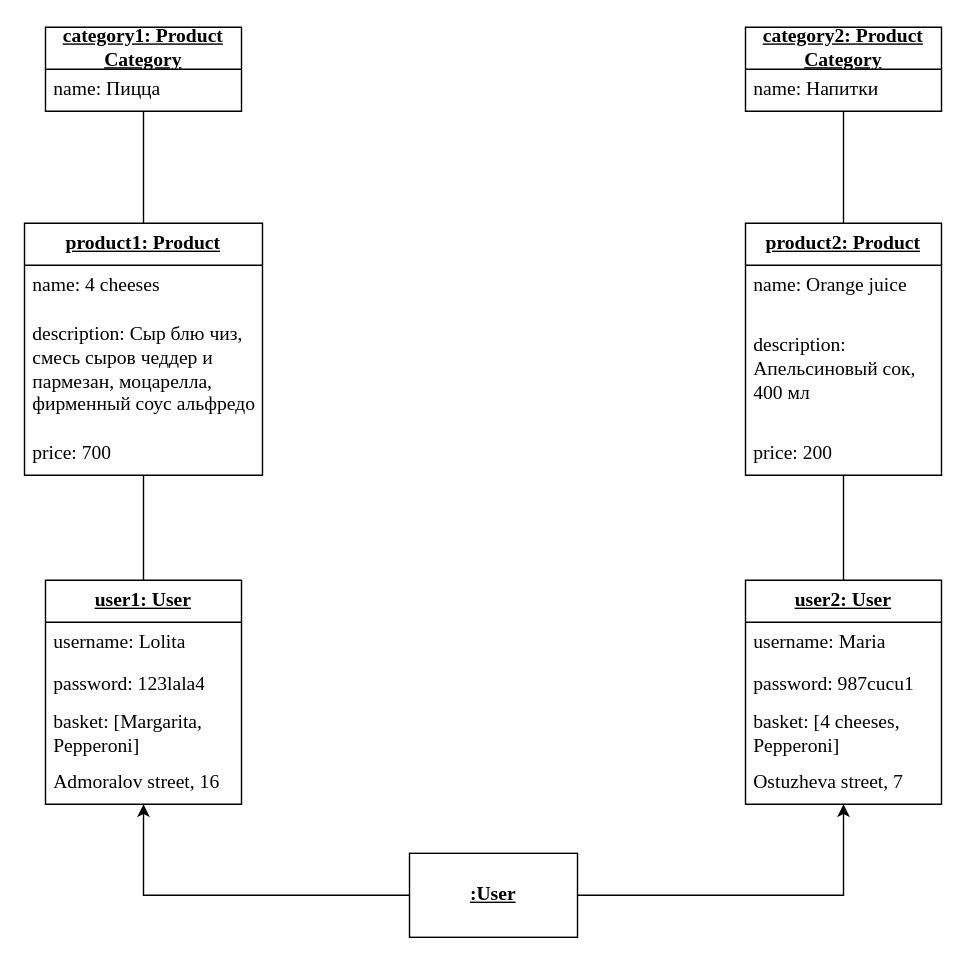
The draw.io diagram Документация/Cозданные диаграммы/objectDiagram.drawio in TP-4-4/PurrfectBites, before the edit. Source tidied: cells renumbered, new cells numbered last; positions are measured from the earlier drawing's top-left corner, leaving out a move shared by most shapes. Both pictures are drawn from the tidied source at 140%, with x=0, y=0 at pixel (24, 27).
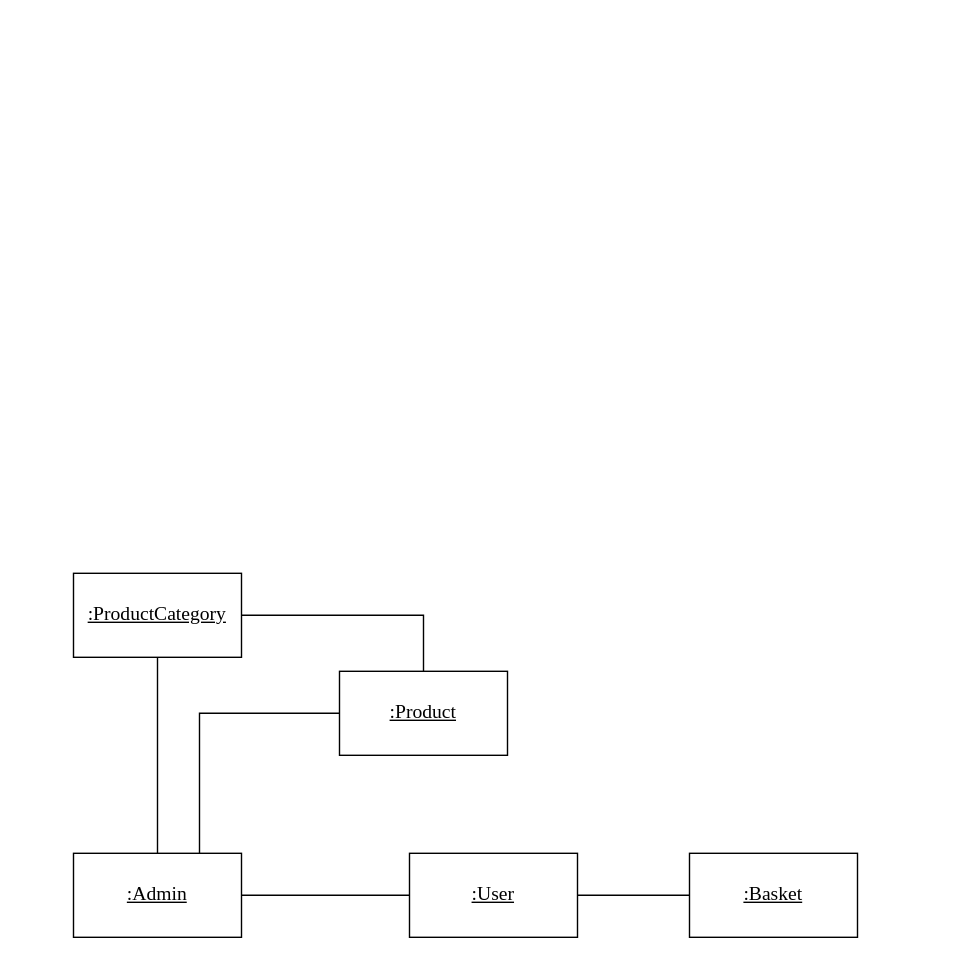
After the change.

The edit, as a diff of the source:
```diff
@@
-    <mxCell id="2" style="edgeStyle=orthogonalEdgeStyle;rounded=0;jettySize=auto;html=1;" parent="1" edge="1" source="4" target="16">
-      <mxGeometry relative="1" as="geometry" />
-    </mxCell>
-    <mxCell id="3" style="edgeStyle=orthogonalEdgeStyle;rounded=0;jettySize=auto;html=1;" parent="1" edge="1" source="4" target="6">
-      <mxGeometry relative="1" as="geometry" />
-    </mxCell>
+    <mxCell id="31" style="edgeStyle=orthogonalEdgeStyle;rounded=0;jettySize=auto;html=1;entryX=0.5;entryY=0;entryDx=0;entryDy=0;endArrow=none;endFill=0;" parent="1" edge="1" source="33" target="37">
+      <mxGeometry relative="1" as="geometry" />
+    </mxCell>
+    <mxCell id="32" style="edgeStyle=orthogonalEdgeStyle;rounded=0;jettySize=auto;html=1;entryX=0.5;entryY=0;entryDx=0;entryDy=0;endArrow=none;endFill=0;" parent="1" edge="1" source="33" target="35">
+      <mxGeometry relative="1" as="geometry" />
+    </mxCell>
+    <mxCell id="33" value="&lt;span style=&quot;font-size: 14px;&quot;&gt;:ProductCategory&lt;/span&gt;" style="rounded=0;whiteSpace=wrap;html=1;fontStyle=4;fontSize=14;fontFamily=Times New Roman;" parent="1" vertex="1">
+      <mxGeometry x="35" y="390" width="120" height="60" as="geometry" />
+    </mxCell>
+    <mxCell id="34" style="edgeStyle=orthogonalEdgeStyle;rounded=0;jettySize=auto;html=1;entryX=0;entryY=0.5;entryDx=0;entryDy=0;endArrow=none;endFill=0;" parent="1" edge="1" source="35" target="4">
+      <mxGeometry relative="1" as="geometry" />
+    </mxCell>
+    <mxCell id="35" value=":Admin" style="rounded=0;whiteSpace=wrap;html=1;fontStyle=4;fontSize=14;fontFamily=Times New Roman;" parent="1" vertex="1">
+      <mxGeometry x="35" y="590" width="120" height="60" as="geometry" />
+    </mxCell>
+    <mxCell id="36" style="edgeStyle=orthogonalEdgeStyle;rounded=0;jettySize=auto;html=1;entryX=0.75;entryY=0;entryDx=0;entryDy=0;endArrow=none;endFill=0;" parent="1" edge="1" source="37" target="35">
+      <mxGeometry relative="1" as="geometry" />
+    </mxCell>
+    <mxCell id="37" value="&lt;span style=&quot;font-size: 14px;&quot;&gt;:Product&lt;/span&gt;" style="rounded=0;whiteSpace=wrap;html=1;fontStyle=4;fontSize=14;fontFamily=Times New Roman;" parent="1" vertex="1">
+      <mxGeometry x="225" y="460" width="120" height="60" as="geometry" />
+    </mxCell>
+    <mxCell id="38" style="edgeStyle=orthogonalEdgeStyle;rounded=0;jettySize=auto;html=1;entryX=0;entryY=0.5;entryDx=0;entryDy=0;endArrow=none;endFill=0;" parent="1" edge="1" source="4" target="39">
+      <mxGeometry relative="1" as="geometry" />
+    </mxCell>
-    <mxCell id="4" value="&lt;u style=&quot;font-size: 14px;&quot;&gt;&lt;b&gt;:User&lt;/b&gt;&lt;/u&gt;" style="rounded=0;whiteSpace=wrap;html=1;fontFamily=Times New Roman;fontSize=14;" parent="1" vertex="1">
+    <mxCell id="4" value=":User" style="rounded=0;whiteSpace=wrap;html=1;fontStyle=4;fontSize=14;fontFamily=Times New Roman;" parent="1" vertex="1">
       <mxGeometry x="275" y="590" width="120" height="60" as="geometry" />
     </mxCell>
-    <mxCell id="5" style="edgeStyle=orthogonalEdgeStyle;rounded=0;jettySize=auto;html=1;endArrow=none;endFill=0;" parent="1" edge="1" source="6" target="22">
-      <mxGeometry relative="1" as="geometry" />
-    </mxCell>
-    <mxCell id="6" value="&lt;b&gt;&lt;u&gt;user1: User&lt;/u&gt;&lt;/b&gt;" style="swimlane;fontStyle=0;horizontal=1;startSize=30;whiteSpace=wrap;html=1;fontFamily=Times New Roman;fontSize=14;" parent="1" vertex="1">
-      <mxGeometry x="15" y="395" width="140" height="160" as="geometry" />
-    </mxCell>
-    <mxCell id="7" value="username: Lolita" style="text;strokeColor=none;fillColor=none;align=left;verticalAlign=middle;spacingLeft=4;spacingRight=4;overflow=hidden;whiteSpace=wrap;html=1;fontFamily=Times New Roman;fontSize=14;" parent="6" vertex="1">
-      <mxGeometry y="30" width="140" height="30" as="geometry" />
-    </mxCell>
-    <mxCell id="8" value="password: 123lala4" style="text;strokeColor=none;fillColor=none;align=left;verticalAlign=middle;spacingLeft=4;spacingRight=4;overflow=hidden;whiteSpace=wrap;html=1;fontFamily=Times New Roman;fontSize=14;" parent="6" vertex="1">
-      <mxGeometry y="60" width="140" height="30" as="geometry" />
-    </mxCell>
-    <mxCell id="9" value="basket: [Margarita, Pepperoni]" style="text;strokeColor=none;fillColor=none;align=left;verticalAlign=middle;spacingLeft=4;spacingRight=4;overflow=hidden;whiteSpace=wrap;html=1;fontFamily=Times New Roman;fontSize=14;" parent="6" vertex="1">
-      <mxGeometry y="90" width="140" height="40" as="geometry" />
-    </mxCell>
-    <mxCell id="10" value="Admoralov street, 16" style="text;strokeColor=none;fillColor=none;align=left;verticalAlign=middle;spacingLeft=4;spacingRight=4;overflow=hidden;whiteSpace=wrap;html=1;fontFamily=Times New Roman;fontSize=14;" parent="6" vertex="1">
-      <mxGeometry y="130" width="140" height="30" as="geometry" />
-    </mxCell>
-    <mxCell id="11" value="&lt;u&gt;&lt;b&gt;category1: Product Category&lt;/b&gt;&lt;/u&gt;" style="swimlane;fontStyle=0;horizontal=1;startSize=30;whiteSpace=wrap;html=1;strokeWidth=1;fontFamily=Times New Roman;fontSize=14;" parent="1" vertex="1">
-      <mxGeometry x="15" width="140" height="60" as="geometry" />
-    </mxCell>
-    <mxCell id="12" value="name: Пицца" style="text;strokeColor=none;fillColor=none;align=left;verticalAlign=middle;spacingLeft=4;spacingRight=4;overflow=hidden;whiteSpace=wrap;html=1;strokeWidth=1;fontFamily=Times New Roman;fontSize=14;" parent="11" vertex="1">
-      <mxGeometry y="30" width="140" height="30" as="geometry" />
-    </mxCell>
-    <mxCell id="13" value="&lt;u&gt;&lt;b&gt;category2: Product Category&lt;/b&gt;&lt;/u&gt;" style="swimlane;fontStyle=0;horizontal=1;startSize=30;whiteSpace=wrap;html=1;strokeWidth=1;fontFamily=Times New Roman;fontSize=14;" parent="1" vertex="1">
-      <mxGeometry x="515" width="140" height="60" as="geometry" />
-    </mxCell>
-    <mxCell id="14" value="name: Напитки" style="text;strokeColor=none;fillColor=none;align=left;verticalAlign=middle;spacingLeft=4;spacingRight=4;overflow=hidden;whiteSpace=wrap;html=1;strokeWidth=1;fontFamily=Times New Roman;fontSize=14;" parent="13" vertex="1">
-      <mxGeometry y="30" width="140" height="30" as="geometry" />
-    </mxCell>
-    <mxCell id="15" style="edgeStyle=orthogonalEdgeStyle;rounded=0;jettySize=auto;html=1;endArrow=none;endFill=0;" parent="1" edge="1" source="16" target="27">
-      <mxGeometry relative="1" as="geometry" />
-    </mxCell>
-    <mxCell id="16" value="&lt;u&gt;&lt;b&gt;user2: User&lt;/b&gt;&lt;/u&gt;" style="swimlane;fontStyle=0;horizontal=1;startSize=30;whiteSpace=wrap;html=1;fontFamily=Times New Roman;fontSize=14;" parent="1" vertex="1">
-      <mxGeometry x="515" y="395" width="140" height="160" as="geometry" />
-    </mxCell>
-    <mxCell id="17" value="username: Maria" style="text;strokeColor=none;fillColor=none;align=left;verticalAlign=middle;spacingLeft=4;spacingRight=4;overflow=hidden;whiteSpace=wrap;html=1;fontFamily=Times New Roman;fontSize=14;" parent="16" vertex="1">
-      <mxGeometry y="30" width="140" height="30" as="geometry" />
-    </mxCell>
-    <mxCell id="18" value="password: 987cucu1" style="text;strokeColor=none;fillColor=none;align=left;verticalAlign=middle;spacingLeft=4;spacingRight=4;overflow=hidden;whiteSpace=wrap;html=1;fontFamily=Times New Roman;fontSize=14;" parent="16" vertex="1">
-      <mxGeometry y="60" width="140" height="30" as="geometry" />
-    </mxCell>
-    <mxCell id="19" value="basket: [4 cheeses, Pepperoni]" style="text;strokeColor=none;fillColor=none;align=left;verticalAlign=middle;spacingLeft=4;spacingRight=4;overflow=hidden;whiteSpace=wrap;html=1;fontFamily=Times New Roman;fontSize=14;" parent="16" vertex="1">
-      <mxGeometry y="90" width="140" height="40" as="geometry" />
-    </mxCell>
-    <mxCell id="20" value="Ostuzheva street, 7" style="text;strokeColor=none;fillColor=none;align=left;verticalAlign=middle;spacingLeft=4;spacingRight=4;overflow=hidden;whiteSpace=wrap;html=1;fontFamily=Times New Roman;fontSize=14;" parent="16" vertex="1">
-      <mxGeometry y="130" width="140" height="30" as="geometry" />
-    </mxCell>
-    <mxCell id="21" style="edgeStyle=orthogonalEdgeStyle;rounded=0;jettySize=auto;html=1;endArrow=none;endFill=0;" parent="1" edge="1" source="22" target="11">
-      <mxGeometry relative="1" as="geometry" />
-    </mxCell>
-    <mxCell id="22" value="&lt;u&gt;&lt;b&gt;product1: Product&lt;/b&gt;&lt;/u&gt;" style="swimlane;fontStyle=0;horizontal=1;startSize=30;whiteSpace=wrap;html=1;strokeWidth=1;fontFamily=Times New Roman;fontSize=14;" parent="1" vertex="1">
-      <mxGeometry y="140" width="170" height="180" as="geometry" />
-    </mxCell>
-    <mxCell id="23" value="name: 4 cheeses" style="text;strokeColor=none;fillColor=none;align=left;verticalAlign=middle;spacingLeft=4;spacingRight=4;overflow=hidden;whiteSpace=wrap;html=1;strokeWidth=1;fontFamily=Times New Roman;fontSize=14;" parent="22" vertex="1">
-      <mxGeometry y="30" width="170" height="30" as="geometry" />
-    </mxCell>
-    <mxCell id="24" value="description:&amp;nbsp;Сыр блю чиз, смесь сыров чеддер и пармезан, моцарелла, фирменный соус альфредо" style="text;strokeColor=none;fillColor=none;align=left;verticalAlign=middle;spacingLeft=4;spacingRight=4;overflow=hidden;whiteSpace=wrap;html=1;strokeWidth=1;fontFamily=Times New Roman;fontSize=14;" parent="22" vertex="1">
-      <mxGeometry y="60" width="170" height="90" as="geometry" />
-    </mxCell>
-    <mxCell id="25" value="price: 700" style="text;strokeColor=none;fillColor=none;align=left;verticalAlign=middle;spacingLeft=4;spacingRight=4;overflow=hidden;whiteSpace=wrap;html=1;strokeWidth=1;fontFamily=Times New Roman;fontSize=14;" parent="22" vertex="1">
-      <mxGeometry y="150" width="170" height="30" as="geometry" />
-    </mxCell>
-    <mxCell id="26" style="edgeStyle=orthogonalEdgeStyle;rounded=0;jettySize=auto;html=1;endArrow=none;endFill=0;" parent="1" edge="1" source="27" target="13">
-      <mxGeometry relative="1" as="geometry" />
-    </mxCell>
-    <mxCell id="27" value="&lt;u&gt;&lt;b&gt;product2: Product&lt;/b&gt;&lt;/u&gt;" style="swimlane;fontStyle=0;horizontal=1;startSize=30;whiteSpace=wrap;html=1;strokeWidth=1;fontFamily=Times New Roman;fontSize=14;" parent="1" vertex="1">
-      <mxGeometry x="515" y="140" width="140" height="180" as="geometry" />
-    </mxCell>
-    <mxCell id="28" value="name: Orange juice" style="text;strokeColor=none;fillColor=none;align=left;verticalAlign=middle;spacingLeft=4;spacingRight=4;overflow=hidden;whiteSpace=wrap;html=1;strokeWidth=1;fontFamily=Times New Roman;fontSize=14;" parent="27" vertex="1">
-      <mxGeometry y="30" width="140" height="30" as="geometry" />
-    </mxCell>
-    <mxCell id="29" value="description: Апельсиновый сок, 400 мл" style="text;strokeColor=none;fillColor=none;align=left;verticalAlign=middle;spacingLeft=4;spacingRight=4;overflow=hidden;whiteSpace=wrap;html=1;strokeWidth=1;fontFamily=Times New Roman;fontSize=14;" parent="27" vertex="1">
-      <mxGeometry y="60" width="140" height="90" as="geometry" />
-    </mxCell>
-    <mxCell id="30" value="price: 200" style="text;strokeColor=none;fillColor=none;align=left;verticalAlign=middle;spacingLeft=4;spacingRight=4;overflow=hidden;whiteSpace=wrap;html=1;strokeWidth=1;fontFamily=Times New Roman;fontSize=14;" parent="27" vertex="1">
-      <mxGeometry y="150" width="140" height="30" as="geometry" />
-    </mxCell>
+    <mxCell id="39" value="&lt;span style=&quot;font-size: 14px;&quot;&gt;:Basket&lt;/span&gt;" style="rounded=0;whiteSpace=wrap;html=1;fontStyle=4;fontSize=14;fontFamily=Times New Roman;" parent="1" vertex="1">
+      <mxGeometry x="475" y="590" width="120" height="60" as="geometry" />
+    </mxCell>
```
